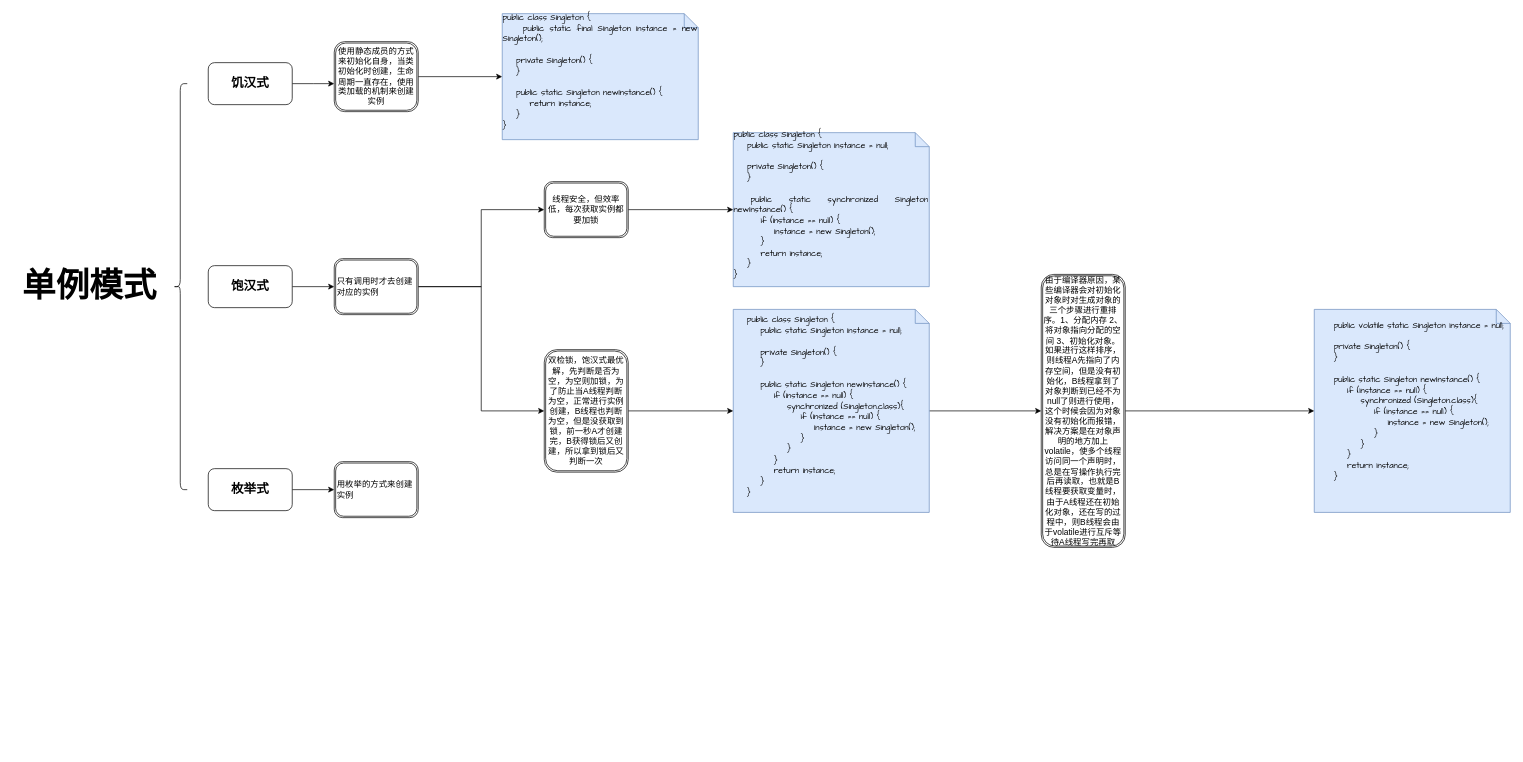
Before: Untitled Diagram.drawio in onedayrex/ImagesUml, a draw.io diagram. Source tidied: cells renumbered, new cells numbered last; positions are measured from the earlier drawing's top-left corner, leaving out a move shared by most shapes. Both pictures are drawn from the tidied source at 70%, with x=0, y=0 at pixel (12, 13).
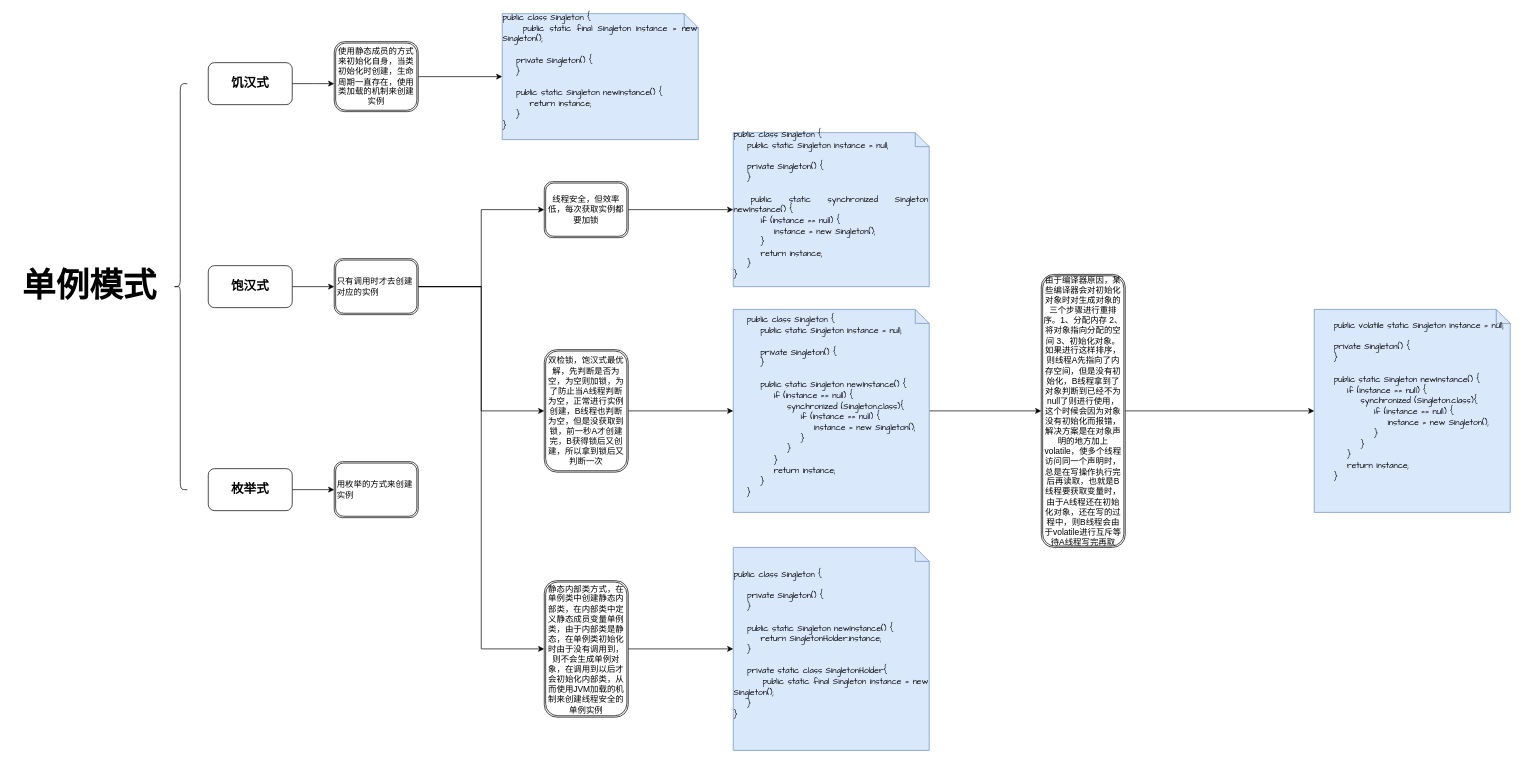
After the change.

Commit message:
更新静态内部类的方式

Unchanged cells that the change refers to:
```xml
<mxCell id="14" value="&lt;div&gt;只有调用时才去创建对应的实例&lt;/div&gt;" style="shape=ext;double=1;rounded=1;whiteSpace=wrap;html=1;align=left;" parent="1" vertex="1">
  <mxGeometry x="460" y="350" width="120" height="80" as="geometry" />
</mxCell>
```

What changed in the source:
```diff
@@
+    <mxCell id="27" style="edgeStyle=orthogonalEdgeStyle;rounded=0;jettySize=auto;html=1;entryX=0;entryY=0.5;entryDx=0;entryDy=0;" parent="1" edge="1" source="14" target="29">
+      <mxGeometry relative="1" as="geometry" />
+    </mxCell>
@@
+    <mxCell id="28" style="edgeStyle=orthogonalEdgeStyle;rounded=0;jettySize=auto;html=1;" parent="1" edge="1" source="29" target="30">
+      <mxGeometry relative="1" as="geometry" />
+    </mxCell>
+    <mxCell id="29" value="静态内部类方式，在单例类中创建静态内部类，在内部类中定义静态成员变量单例类，由于内部类是静态，在单例类初始化时由于没有调用到，则不会生成单例对象，在调用到以后才会初始化内部类，从而使用JVM加载的机制来创建线程安全的单例实例" style="shape=ext;double=1;rounded=1;whiteSpace=wrap;html=1;fillColor=#ffffff;gradientColor=#ffffff;" parent="1" vertex="1">
+      <mxGeometry x="760" y="810" width="120" height="195" as="geometry" />
+    </mxCell>
+    <mxCell id="30" value="&lt;div style=&quot;text-align: justify&quot;&gt;&lt;div&gt;&lt;div&gt;&lt;font face=&quot;Comic Sans MS&quot;&gt;public class Singleton {&lt;/font&gt;&lt;/div&gt;&lt;div&gt;&lt;font face=&quot;Comic Sans MS&quot;&gt;&lt;br&gt;&lt;/font&gt;&lt;/div&gt;&lt;div&gt;&lt;font face=&quot;Comic Sans MS&quot;&gt;&amp;nbsp; &amp;nbsp; private Singleton() {&lt;/font&gt;&lt;/div&gt;&lt;div&gt;&lt;font face=&quot;Comic Sans MS&quot;&gt;&amp;nbsp; &amp;nbsp; }&lt;/font&gt;&lt;/div&gt;&lt;div&gt;&lt;font face=&quot;Comic Sans MS&quot;&gt;&lt;br&gt;&lt;/font&gt;&lt;/div&gt;&lt;div&gt;&lt;font face=&quot;Comic Sans MS&quot;&gt;&amp;nbsp; &amp;nbsp; public static Singleton newInstance() {&lt;/font&gt;&lt;/div&gt;&lt;div&gt;&lt;font face=&quot;Comic Sans MS&quot;&gt;&amp;nbsp; &amp;nbsp; &amp;nbsp; &amp;nbsp; return SingletonHolder.instance;&lt;/font&gt;&lt;/div&gt;&lt;div&gt;&lt;font face=&quot;Comic Sans MS&quot;&gt;&amp;nbsp; &amp;nbsp; }&lt;/font&gt;&lt;/div&gt;&lt;div&gt;&lt;font face=&quot;Comic Sans MS&quot;&gt;&lt;br&gt;&lt;/font&gt;&lt;/div&gt;&lt;div&gt;&lt;font face=&quot;Comic Sans MS&quot;&gt;&amp;nbsp; &amp;nbsp; private static class SingletonHolder{&lt;/font&gt;&lt;/div&gt;&lt;div&gt;&lt;font face=&quot;Comic Sans MS&quot;&gt;&amp;nbsp; &amp;nbsp; &amp;nbsp; &amp;nbsp; public static final Singleton instance = new Singleton();&lt;/font&gt;&lt;/div&gt;&lt;div&gt;&lt;font face=&quot;Comic Sans MS&quot;&gt;&amp;nbsp; &amp;nbsp; }&lt;/font&gt;&lt;/div&gt;&lt;div&gt;&lt;font face=&quot;Comic Sans MS&quot;&gt;}&lt;/font&gt;&lt;/div&gt;&lt;/div&gt;&lt;div&gt;&lt;br&gt;&lt;/div&gt;&lt;/div&gt;" style="shape=note;size=20;whiteSpace=wrap;html=1;strokeColor=#6c8ebf;fillColor=#dae8fc;" parent="1" vertex="1">
+      <mxGeometry x="1030" y="762.5" width="280" height="290" as="geometry" />
+    </mxCell>
```
